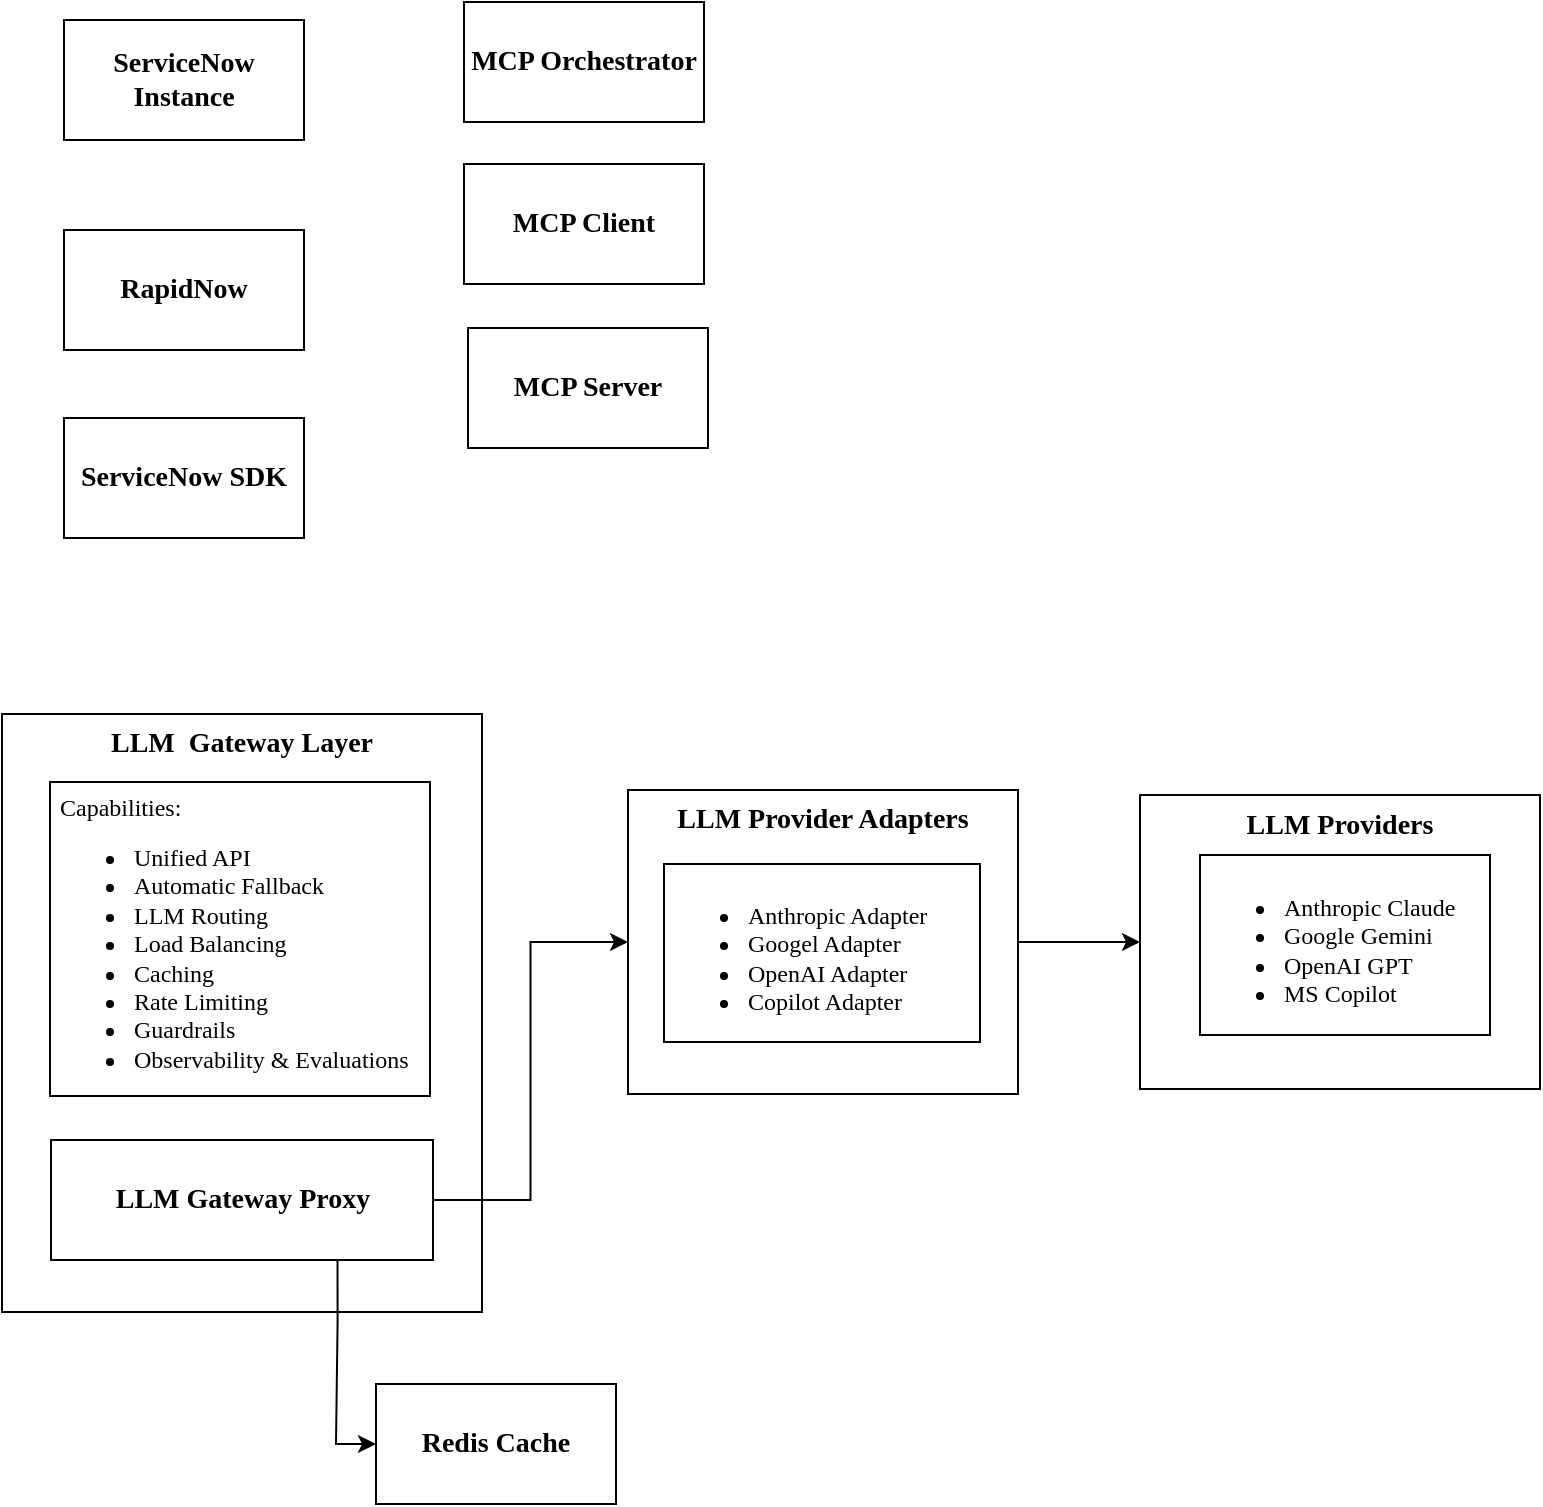
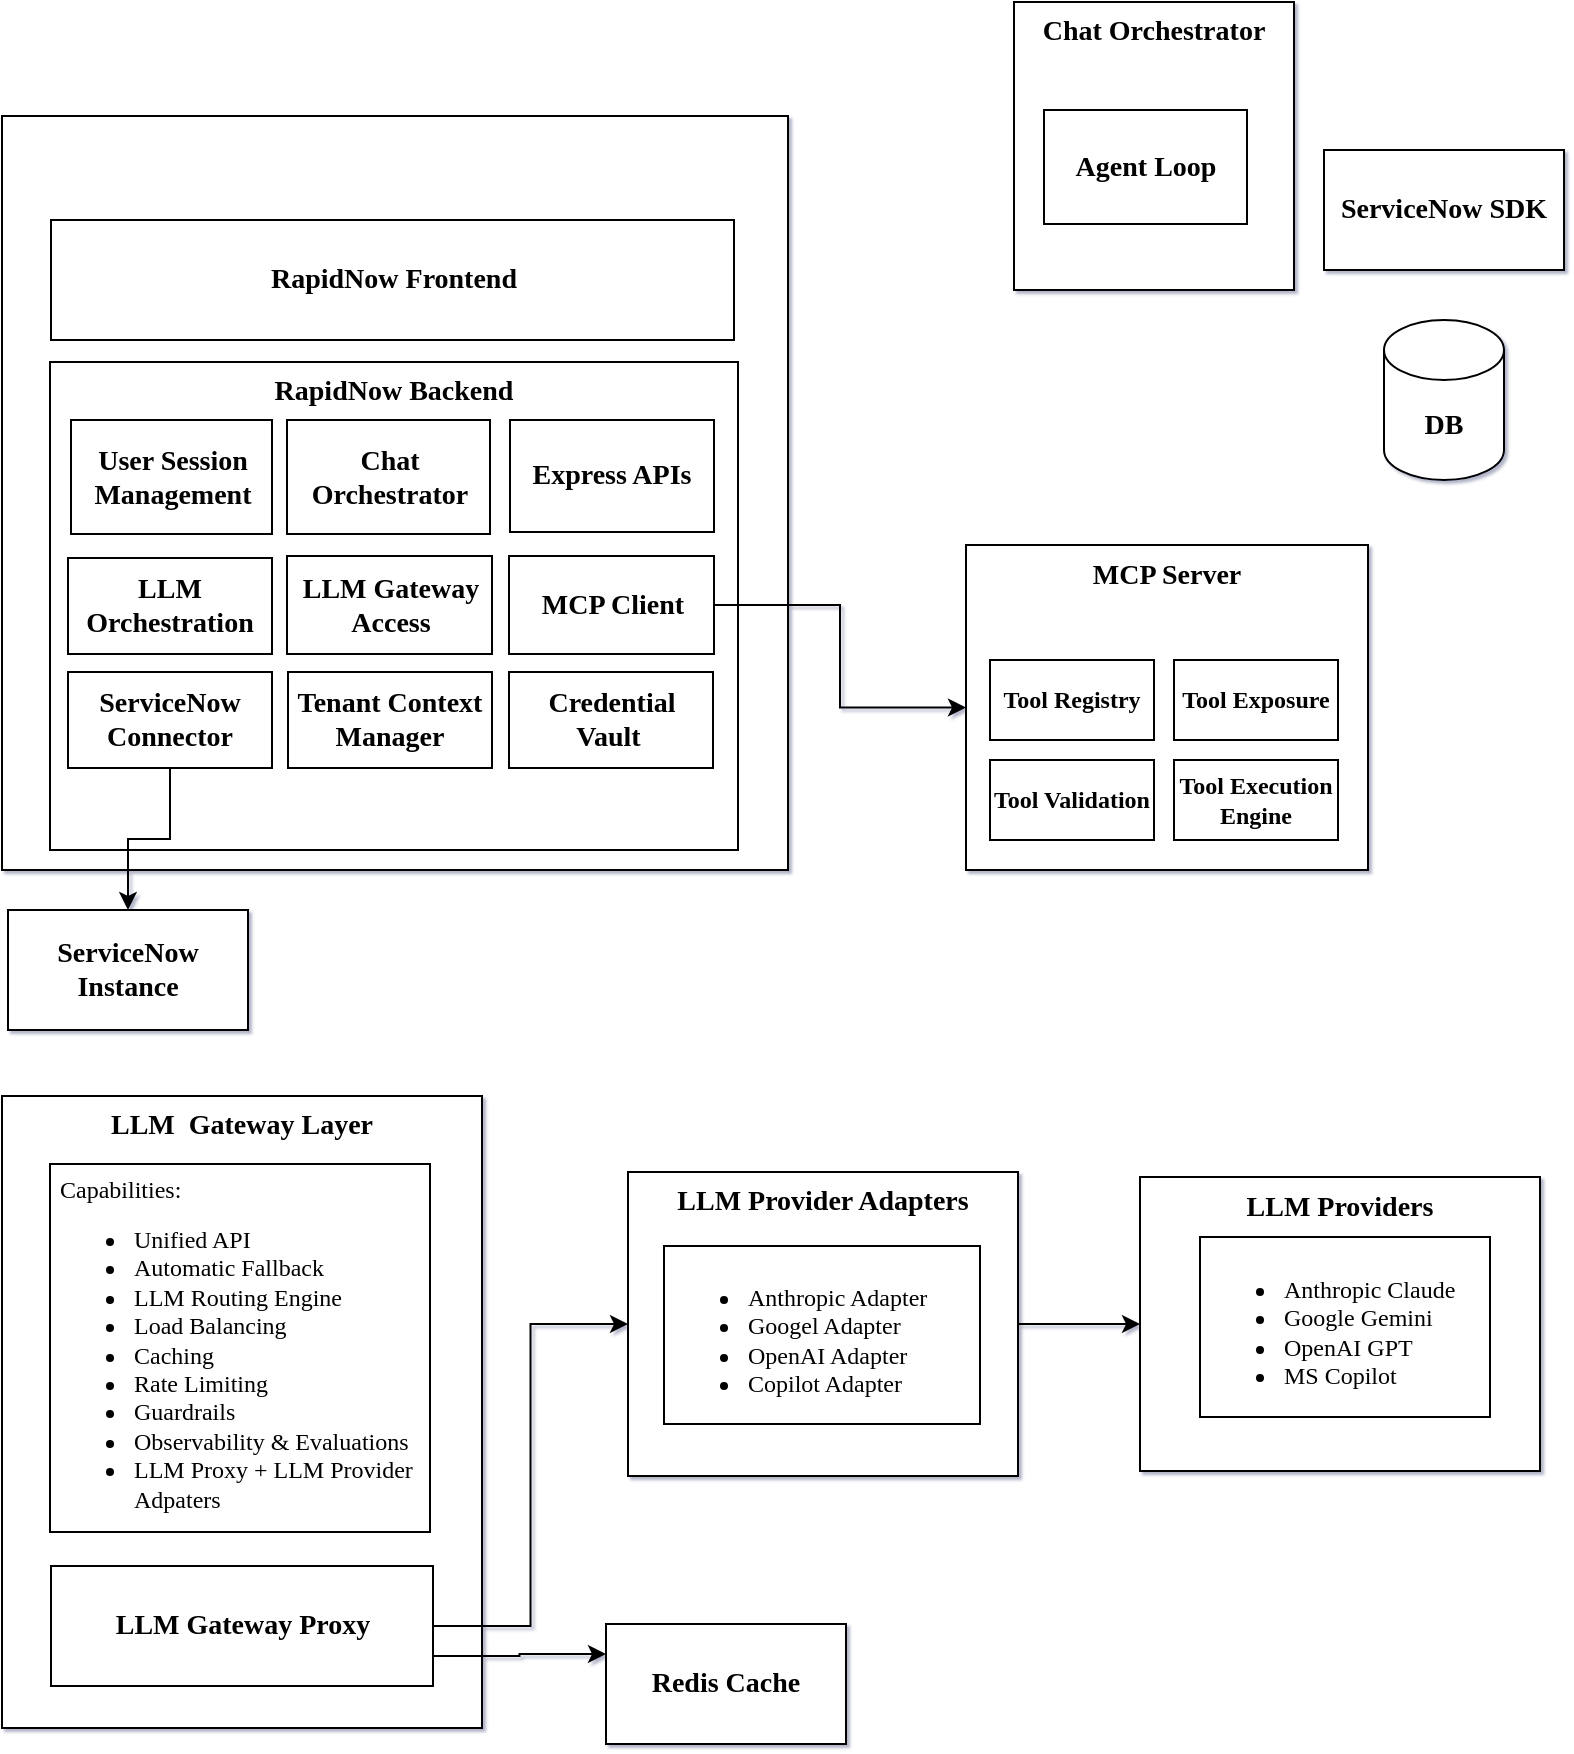
<mxfile host="app.diagrams.net">
  <diagram name="Page-1" id="b4t-OHUZPeLjAcX_frFG">
-     <mxGraphModel dx="1106" dy="671" grid="0" gridSize="10" guides="1" tooltips="1" connect="1" arrows="1" fold="1" page="1" pageScale="1" pageWidth="850" pageHeight="1100" math="0" shadow="0">
+     <mxGraphModel dx="1032" dy="627" grid="0" gridSize="10" guides="1" tooltips="1" connect="1" arrows="1" fold="1" page="1" pageScale="1" pageWidth="850" pageHeight="1100" math="0" shadow="1">
      <root>
        <mxCell id="0" />
        <mxCell id="1" parent="0" />
+         <mxCell id="zII8FL1W6vDsOD84WCIU-38" parent="1" style="rounded=0;whiteSpace=wrap;html=1;fontFamily=Times New Roman;fontSize=14;fontStyle=1;verticalAlign=top;" value="Chat Orchestrator" vertex="1">
+           <mxGeometry height="144" width="140" x="552" y="39" as="geometry" />
+         </mxCell>
+         <mxCell id="zII8FL1W6vDsOD84WCIU-14" parent="1" style="rounded=0;whiteSpace=wrap;html=1;fontFamily=Times New Roman;fontSize=14;fontStyle=1;verticalAlign=top;" value="MCP Server" vertex="1">
+           <mxGeometry height="162.5" width="201" x="528" y="310.5" as="geometry" />
+         </mxCell>
+         <mxCell id="zII8FL1W6vDsOD84WCIU-24" parent="1" style="rounded=0;whiteSpace=wrap;html=1;" value="" vertex="1">
+           <mxGeometry height="377" width="393" x="46" y="96" as="geometry" />
+         </mxCell>
+         <mxCell id="zII8FL1W6vDsOD84WCIU-20" parent="1" style="rounded=0;whiteSpace=wrap;html=1;fontFamily=Times New Roman;fontSize=14;fontStyle=1;verticalAlign=top;" value="RapidNow Backend" vertex="1">
+           <mxGeometry height="244" width="344" x="70" y="219" as="geometry" />
+         </mxCell>
        <mxCell id="zII8FL1W6vDsOD84WCIU-10" edge="1" parent="1" source="zII8FL1W6vDsOD84WCIU-7" style="edgeStyle=orthogonalEdgeStyle;rounded=0;orthogonalLoop=1;jettySize=auto;html=1;exitX=1;exitY=0.5;exitDx=0;exitDy=0;entryX=0;entryY=0.5;entryDx=0;entryDy=0;" target="zII8FL1W6vDsOD84WCIU-1">
          <mxGeometry relative="1" as="geometry" />
        </mxCell>
        <mxCell id="zII8FL1W6vDsOD84WCIU-7" parent="1" style="rounded=0;whiteSpace=wrap;html=1;fontFamily=Times New Roman;fontStyle=1;fontSize=14;verticalAlign=top;" value="LLM Provider Adapters" vertex="1">
          <mxGeometry height="152" width="195" x="359" y="624" as="geometry" />
        </mxCell>
        <mxCell id="zII8FL1W6vDsOD84WCIU-1" parent="1" style="rounded=0;whiteSpace=wrap;html=1;fontFamily=Times New Roman;fontSize=14;fontStyle=1;verticalAlign=top;" value="LLM Providers" vertex="1">
          <mxGeometry height="147" width="200" x="615" y="626.5" as="geometry" />
        </mxCell>
        <mxCell id="MyxVNCEdh3MRacfrhNUW-3" parent="1" style="rounded=0;whiteSpace=wrap;html=1;fontFamily=Times New Roman;verticalAlign=top;fontSize=14;fontStyle=1;movable=1;resizable=1;rotatable=1;deletable=1;editable=1;locked=0;connectable=1;" value="LLM&amp;nbsp; Gateway Layer" vertex="1">
-           <mxGeometry height="299" width="240" x="46" y="586" as="geometry" />
+           <mxGeometry height="316" width="240" x="46" y="586" as="geometry" />
        </mxCell>
-         <mxCell id="MyxVNCEdh3MRacfrhNUW-2" parent="1" style="rounded=0;html=1;verticalAlign=top;labelBorderColor=none;fontFamily=Times New Roman;fontSize=12;align=left;labelBackgroundColor=none;whiteSpace=wrap;" value="&lt;div style=&quot;line-height: 100%;&quot;&gt;&lt;span style=&quot;background-color: transparent; color: light-dark(rgb(0, 0, 0), rgb(255, 255, 255));&quot;&gt;&amp;nbsp;Capabilities:&lt;/span&gt;&lt;/div&gt;&lt;ul&gt;&lt;li&gt;&lt;span style=&quot;color: light-dark(rgb(0, 0, 0), rgb(255, 255, 255));&quot;&gt;Unified API&lt;/span&gt;&lt;/li&gt;&lt;li&gt;Automatic Fallback&amp;nbsp;&lt;/li&gt;&lt;li style=&quot;&quot;&gt;LLM Routing&lt;/li&gt;&lt;li style=&quot;&quot;&gt;Load Balancing&lt;/li&gt;&lt;li style=&quot;&quot;&gt;Caching&lt;/li&gt;&lt;li style=&quot;&quot;&gt;Rate Limiting&lt;/li&gt;&lt;li style=&quot;&quot;&gt;Guardrails&lt;/li&gt;&lt;li style=&quot;&quot;&gt;Observability &amp;amp; Evaluations&lt;/li&gt;&lt;/ul&gt;" vertex="1">
-           <mxGeometry height="157" width="190" x="70" y="620" as="geometry" />
+         <mxCell id="MyxVNCEdh3MRacfrhNUW-2" parent="1" style="rounded=0;html=1;verticalAlign=top;labelBorderColor=none;fontFamily=Times New Roman;fontSize=12;align=left;labelBackgroundColor=none;whiteSpace=wrap;" value="&lt;div style=&quot;line-height: 100%;&quot;&gt;&lt;span style=&quot;background-color: transparent; color: light-dark(rgb(0, 0, 0), rgb(255, 255, 255));&quot;&gt;&amp;nbsp;Capabilities:&lt;/span&gt;&lt;/div&gt;&lt;ul&gt;&lt;li&gt;&lt;span style=&quot;color: light-dark(rgb(0, 0, 0), rgb(255, 255, 255));&quot;&gt;Unified API&lt;/span&gt;&lt;/li&gt;&lt;li&gt;Automatic Fallback&amp;nbsp;&lt;/li&gt;&lt;li style=&quot;&quot;&gt;LLM Routing Engine&lt;/li&gt;&lt;li style=&quot;&quot;&gt;Load Balancing&lt;/li&gt;&lt;li style=&quot;&quot;&gt;Caching&lt;/li&gt;&lt;li style=&quot;&quot;&gt;Rate Limiting&lt;/li&gt;&lt;li style=&quot;&quot;&gt;Guardrails&lt;/li&gt;&lt;li style=&quot;&quot;&gt;Observability &amp;amp; Evaluations&lt;/li&gt;&lt;li style=&quot;&quot;&gt;LLM Proxy + LLM Provider Adpaters&amp;nbsp;&lt;/li&gt;&lt;/ul&gt;" vertex="1">
+           <mxGeometry height="184" width="190" x="70" y="620" as="geometry" />
        </mxCell>
        <mxCell id="zII8FL1W6vDsOD84WCIU-2" parent="1" style="rounded=0;whiteSpace=wrap;html=1;fontFamily=Times New Roman;verticalAlign=top;align=left;" value="&lt;ul&gt;&lt;li&gt;Anthropic Claude&lt;/li&gt;&lt;li&gt;Google Gemini&lt;/li&gt;&lt;li&gt;OpenAI GPT&lt;/li&gt;&lt;li&gt;MS Copilot&lt;/li&gt;&lt;/ul&gt;" vertex="1">
          <mxGeometry height="90" width="145" x="645" y="656.5" as="geometry" />
        </mxCell>
        <mxCell id="zII8FL1W6vDsOD84WCIU-9" edge="1" parent="1" source="zII8FL1W6vDsOD84WCIU-3" style="edgeStyle=orthogonalEdgeStyle;rounded=0;orthogonalLoop=1;jettySize=auto;html=1;exitX=1;exitY=0.5;exitDx=0;exitDy=0;entryX=0;entryY=0.5;entryDx=0;entryDy=0;" target="zII8FL1W6vDsOD84WCIU-7">
          <mxGeometry relative="1" as="geometry" />
        </mxCell>
-         <mxCell id="zII8FL1W6vDsOD84WCIU-18" edge="1" parent="1" source="zII8FL1W6vDsOD84WCIU-3" style="edgeStyle=orthogonalEdgeStyle;rounded=0;orthogonalLoop=1;jettySize=auto;html=1;exitX=0.75;exitY=1;exitDx=0;exitDy=0;entryX=0;entryY=0.5;entryDx=0;entryDy=0;" target="zII8FL1W6vDsOD84WCIU-17">
+         <mxCell id="zII8FL1W6vDsOD84WCIU-21" edge="1" parent="1" source="zII8FL1W6vDsOD84WCIU-3" style="edgeStyle=orthogonalEdgeStyle;rounded=0;orthogonalLoop=1;jettySize=auto;html=1;exitX=1;exitY=0.75;exitDx=0;exitDy=0;entryX=0;entryY=0.25;entryDx=0;entryDy=0;" target="zII8FL1W6vDsOD84WCIU-17">
          <mxGeometry relative="1" as="geometry" />
        </mxCell>
        <mxCell id="zII8FL1W6vDsOD84WCIU-3" parent="1" style="rounded=0;whiteSpace=wrap;html=1;" value="&lt;span style=&quot;font-family: &amp;quot;Times New Roman&amp;quot;; font-size: 14px; font-weight: 700;&quot;&gt;LLM Gateway Proxy&lt;/span&gt;" vertex="1">
-           <mxGeometry height="60" width="191" x="70.5" y="799" as="geometry" />
-         </mxCell>
-         <mxCell id="zII8FL1W6vDsOD84WCIU-6" parent="1" style="rounded=0;whiteSpace=wrap;html=1;fontFamily=Times New Roman;fontSize=14;fontStyle=1;verticalAlign=middle;" value="RapidNow" vertex="1">
-           <mxGeometry height="60" width="120" x="77" y="344" as="geometry" />
+           <mxGeometry height="60" width="191" x="70.5" y="821" as="geometry" />
        </mxCell>
        <mxCell id="zII8FL1W6vDsOD84WCIU-8" parent="1" style="rounded=0;whiteSpace=wrap;html=1;fontFamily=Times New Roman;align=left;verticalAlign=top;" value="&lt;ul&gt;&lt;li&gt;Anthropic Adapter&amp;nbsp;&lt;/li&gt;&lt;li&gt;Googel Adapter&lt;/li&gt;&lt;li&gt;OpenAI Adapter&amp;nbsp;&lt;/li&gt;&lt;li&gt;Copilot Adapter&lt;/li&gt;&lt;/ul&gt;" vertex="1">
          <mxGeometry height="89" width="158" x="377" y="661" as="geometry" />
        </mxCell>
        <mxCell id="zII8FL1W6vDsOD84WCIU-11" parent="1" style="rounded=0;whiteSpace=wrap;html=1;fontFamily=Times New Roman;fontSize=14;fontStyle=1;verticalAlign=middle;" value="ServiceNow Instance" vertex="1">
-           <mxGeometry height="60" width="120" x="77" y="239" as="geometry" />
+           <mxGeometry height="60" width="120" x="49" y="493" as="geometry" />
        </mxCell>
-         <mxCell id="zII8FL1W6vDsOD84WCIU-12" parent="1" style="rounded=0;whiteSpace=wrap;html=1;fontFamily=Times New Roman;fontSize=14;fontStyle=1;verticalAlign=middle;" value="MCP Orchestrator" vertex="1">
-           <mxGeometry height="60" width="120" x="277" y="230" as="geometry" />
+         <mxCell id="zII8FL1W6vDsOD84WCIU-32" edge="1" parent="1" source="zII8FL1W6vDsOD84WCIU-13" style="edgeStyle=orthogonalEdgeStyle;rounded=0;orthogonalLoop=1;jettySize=auto;html=1;exitX=1;exitY=0.5;exitDx=0;exitDy=0;entryX=0;entryY=0.5;entryDx=0;entryDy=0;" target="zII8FL1W6vDsOD84WCIU-14">
+           <mxGeometry relative="1" as="geometry" />
        </mxCell>
        <mxCell id="zII8FL1W6vDsOD84WCIU-13" parent="1" style="rounded=0;whiteSpace=wrap;html=1;fontFamily=Times New Roman;fontSize=14;fontStyle=1;verticalAlign=middle;" value="MCP Client" vertex="1">
-           <mxGeometry height="60" width="120" x="277" y="311" as="geometry" />
-         </mxCell>
-         <mxCell id="zII8FL1W6vDsOD84WCIU-14" parent="1" style="rounded=0;whiteSpace=wrap;html=1;fontFamily=Times New Roman;fontSize=14;fontStyle=1;verticalAlign=middle;" value="MCP Server" vertex="1">
-           <mxGeometry height="60" width="120" x="279" y="393" as="geometry" />
+           <mxGeometry height="49" width="102.5" x="299.5" y="316" as="geometry" />
        </mxCell>
        <mxCell id="zII8FL1W6vDsOD84WCIU-15" parent="1" style="rounded=0;whiteSpace=wrap;html=1;fontFamily=Times New Roman;fontSize=14;fontStyle=1;verticalAlign=middle;" value="ServiceNow SDK" vertex="1">
-           <mxGeometry height="60" width="120" x="77" y="438" as="geometry" />
+           <mxGeometry height="60" width="120" x="707" y="113" as="geometry" />
        </mxCell>
        <mxCell id="zII8FL1W6vDsOD84WCIU-17" parent="1" style="rounded=0;whiteSpace=wrap;html=1;fontFamily=Times New Roman;fontSize=14;fontStyle=1;verticalAlign=middle;" value="Redis Cache" vertex="1">
-           <mxGeometry height="60" width="120" x="233" y="921" as="geometry" />
+           <mxGeometry height="60" width="120" x="348" y="850" as="geometry" />
+         </mxCell>
+         <mxCell id="zII8FL1W6vDsOD84WCIU-19" parent="1" style="rounded=0;whiteSpace=wrap;html=1;fontFamily=Times New Roman;fontSize=14;fontStyle=1;verticalAlign=middle;" value="RapidNow Frontend" vertex="1">
+           <mxGeometry height="60" width="341.5" x="70.5" y="148" as="geometry" />
+         </mxCell>
+         <mxCell id="zII8FL1W6vDsOD84WCIU-23" parent="1" style="rounded=0;whiteSpace=wrap;html=1;fontFamily=Times New Roman;fontSize=14;fontStyle=1;verticalAlign=middle;" value="Chat Orchestrator" vertex="1">
+           <mxGeometry height="57" width="101.5" x="188.5" y="248" as="geometry" />
+         </mxCell>
+         <mxCell id="zII8FL1W6vDsOD84WCIU-25" parent="1" style="rounded=0;whiteSpace=wrap;html=1;fontFamily=Times New Roman;fontSize=14;fontStyle=1;verticalAlign=middle;" value="LLM Orchestration" vertex="1">
+           <mxGeometry height="48" width="102" x="79" y="317" as="geometry" />
+         </mxCell>
+         <mxCell id="zII8FL1W6vDsOD84WCIU-26" parent="1" style="rounded=0;whiteSpace=wrap;html=1;fontFamily=Times New Roman;fontSize=14;fontStyle=1;verticalAlign=middle;" value="LLM Gateway Access" vertex="1">
+           <mxGeometry height="49" width="102.5" x="188.5" y="316" as="geometry" />
+         </mxCell>
+         <mxCell id="zII8FL1W6vDsOD84WCIU-28" parent="1" style="rounded=0;whiteSpace=wrap;html=1;fontFamily=Times New Roman;fontSize=14;fontStyle=1;verticalAlign=middle;" value="User Session Management" vertex="1">
+           <mxGeometry height="57" width="100.5" x="80.5" y="248" as="geometry" />
+         </mxCell>
+         <mxCell id="zII8FL1W6vDsOD84WCIU-30" parent="1" style="rounded=0;whiteSpace=wrap;html=1;fontFamily=Times New Roman;fontSize=14;fontStyle=1;verticalAlign=middle;" value="Express APIs" vertex="1">
+           <mxGeometry height="56" width="102" x="300" y="248" as="geometry" />
+         </mxCell>
+         <mxCell id="zII8FL1W6vDsOD84WCIU-31" parent="1" style="shape=cylinder3;whiteSpace=wrap;html=1;boundedLbl=1;backgroundOutline=1;size=15;fontFamily=Times New Roman;fontStyle=1;fontSize=14;" value="DB" vertex="1">
+           <mxGeometry height="80" width="60" x="737" y="198" as="geometry" />
+         </mxCell>
+         <mxCell id="zII8FL1W6vDsOD84WCIU-36" edge="1" parent="1" source="zII8FL1W6vDsOD84WCIU-33" style="edgeStyle=orthogonalEdgeStyle;rounded=0;orthogonalLoop=1;jettySize=auto;html=1;exitX=0.5;exitY=1;exitDx=0;exitDy=0;" target="zII8FL1W6vDsOD84WCIU-11">
+           <mxGeometry relative="1" as="geometry" />
+         </mxCell>
+         <mxCell id="zII8FL1W6vDsOD84WCIU-33" parent="1" style="rounded=0;whiteSpace=wrap;html=1;fontFamily=Times New Roman;fontSize=14;fontStyle=1;verticalAlign=middle;" value="ServiceNow Connector" vertex="1">
+           <mxGeometry height="48" width="102" x="79" y="374" as="geometry" />
+         </mxCell>
+         <mxCell id="zII8FL1W6vDsOD84WCIU-34" parent="1" style="rounded=0;whiteSpace=wrap;html=1;fontFamily=Times New Roman;fontStyle=1" value="Tool Registry" vertex="1">
+           <mxGeometry height="40" width="82" x="540" y="368" as="geometry" />
+         </mxCell>
+         <mxCell id="zII8FL1W6vDsOD84WCIU-35" parent="1" style="rounded=0;whiteSpace=wrap;html=1;fontFamily=Times New Roman;fontSize=14;fontStyle=1;verticalAlign=middle;" value="Tenant Context Manager" vertex="1">
+           <mxGeometry height="48" width="102" x="189" y="374" as="geometry" />
+         </mxCell>
+         <mxCell id="zII8FL1W6vDsOD84WCIU-37" parent="1" style="rounded=0;whiteSpace=wrap;html=1;fontFamily=Times New Roman;fontStyle=1" value="Tool Exposure" vertex="1">
+           <mxGeometry height="40" width="82" x="632" y="368" as="geometry" />
+         </mxCell>
+         <mxCell id="zII8FL1W6vDsOD84WCIU-39" parent="1" style="rounded=0;whiteSpace=wrap;html=1;fontFamily=Times New Roman;fontSize=14;fontStyle=1;verticalAlign=middle;" value="Agent Loop" vertex="1">
+           <mxGeometry height="57" width="101.5" x="567" y="93" as="geometry" />
+         </mxCell>
+         <mxCell id="zII8FL1W6vDsOD84WCIU-40" parent="1" style="rounded=0;whiteSpace=wrap;html=1;fontFamily=Times New Roman;fontStyle=1" value="Tool Validation" vertex="1">
+           <mxGeometry height="40" width="82" x="540" y="418" as="geometry" />
+         </mxCell>
+         <mxCell id="zII8FL1W6vDsOD84WCIU-42" parent="1" style="rounded=0;whiteSpace=wrap;html=1;fontFamily=Times New Roman;fontStyle=1" value="Tool Execution Engine" vertex="1">
+           <mxGeometry height="40" width="82" x="632" y="418" as="geometry" />
+         </mxCell>
+         <mxCell id="zII8FL1W6vDsOD84WCIU-43" parent="1" style="rounded=0;whiteSpace=wrap;html=1;fontFamily=Times New Roman;fontSize=14;fontStyle=1;verticalAlign=middle;" value="Credential Vault&amp;nbsp;" vertex="1">
+           <mxGeometry height="48" width="102" x="299.5" y="374" as="geometry" />
        </mxCell>
      </root>
    </mxGraphModel>
  </diagram>
</mxfile>
